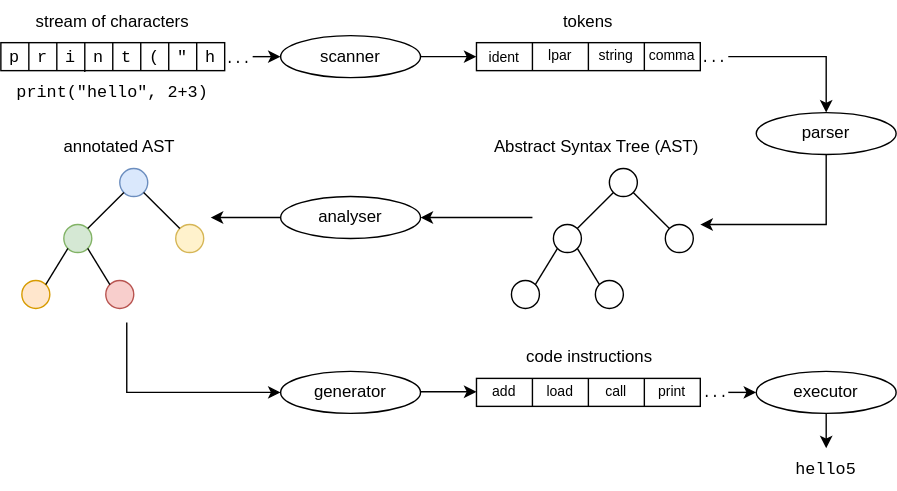
Earlier version of the draw.io export doc/yaegi-internals/yaegi_internals_fig1.drawio.svg (mvertes/yaegi). Source tidied: cells renumbered, new cells last; positions are measured from the earlier drawing's top-left corner, leaving out a move shared by most shapes.
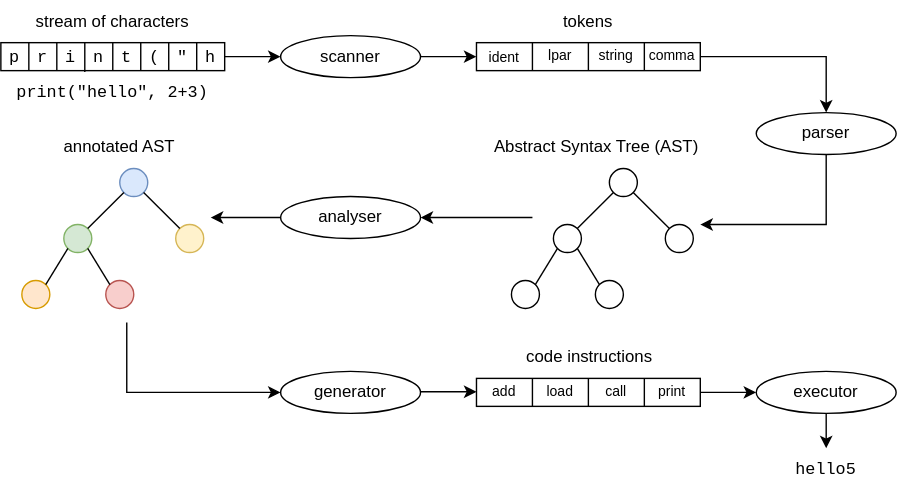
Later version of the same file.

Commit message:
use drawio editable diagram

Diff of the diagram source:
```diff
@@ -73,10 +73,8 @@
     <mxCell id="21" value="scanner" style="ellipse;whiteSpace=wrap;html=1;" parent="1" vertex="1">
       <mxGeometry x="200" y="25" width="100" height="30" as="geometry" />
     </mxCell>
-    <mxCell id="22" style="endArrow=classic;html=1;rounded=0;entryX=0;entryY=0.5;entryDx=0;entryDy=0;" parent="1" edge="1" target="21">
-      <mxGeometry relative="1" as="geometry">
-        <mxPoint x="180" y="40" as="sourcePoint" />
-      </mxGeometry>
+    <mxCell id="22" style="endArrow=classic;html=1;rounded=0;exitX=1;exitY=0.5;exitDx=0;exitDy=0;entryX=0;entryY=0.5;entryDx=0;entryDy=0;" parent="1" edge="1" source="3" target="21">
+      <mxGeometry relative="1" as="geometry" />
     </mxCell>
     <mxCell id="23" style="endArrow=classic;html=1;rounded=0;entryX=0;entryY=0.5;entryDx=0;entryDy=0;exitX=1;exitY=0.5;exitDx=0;exitDy=0;" parent="1" edge="1" source="21" target="55">
       <mxGeometry relative="1" as="geometry" />
@@ -84,9 +82,8 @@
     <mxCell id="24" value="parser" style="ellipse;whiteSpace=wrap;html=1;" parent="1" vertex="1">
       <mxGeometry x="540" y="80" width="100" height="30" as="geometry" />
     </mxCell>
-    <mxCell id="25" style="endArrow=classic;html=1;rounded=0;entryX=0.5;entryY=0;entryDx=0;entryDy=0;" parent="1" edge="1" target="24">
+    <mxCell id="25" style="endArrow=classic;html=1;rounded=0;entryX=0.5;entryY=0;entryDx=0;entryDy=0;exitX=1;exitY=0.5;exitDx=0;exitDy=0;" parent="1" edge="1" source="55" target="24">
       <mxGeometry relative="1" as="geometry">
-        <mxPoint x="520" y="40" as="sourcePoint" />
         <Array as="points">
           <mxPoint x="590" y="40" />
         </Array>
@@ -256,10 +253,8 @@
     <mxCell id="74" value="executor" style="ellipse;whiteSpace=wrap;html=1;" parent="1" vertex="1">
       <mxGeometry x="540" y="265" width="100" height="30" as="geometry" />
     </mxCell>
-    <mxCell id="75" style="endArrow=classic;html=1;rounded=0;entryX=0;entryY=0.5;entryDx=0;entryDy=0;" parent="1" edge="1" target="74">
-      <mxGeometry relative="1" as="geometry">
-        <mxPoint x="520" y="280" as="sourcePoint" />
-      </mxGeometry>
+    <mxCell id="75" style="endArrow=classic;html=1;rounded=0;exitX=1;exitY=0.5;exitDx=0;exitDy=0;entryX=0;entryY=0.5;entryDx=0;entryDy=0;" parent="1" edge="1" source="64" target="74">
+      <mxGeometry relative="1" as="geometry" />
     </mxCell>
     <mxCell id="76" value="&lt;font face=&quot;Courier New&quot;&gt;print(&quot;hello&quot;, 2+3)&lt;/font&gt;" style="text;html=1;strokeColor=none;fillColor=none;align=center;verticalAlign=middle;whiteSpace=wrap;rounded=0;" parent="1" vertex="1">
       <mxGeometry y="50" width="160" height="30" as="geometry" />
@@ -270,14 +265,5 @@
     <mxCell id="78" style="endArrow=classic;html=1;rounded=0;exitX=0.5;exitY=1;exitDx=0;exitDy=0;entryX=0.5;entryY=0;entryDx=0;entryDy=0;" parent="1" edge="1" source="74" target="77">
       <mxGeometry relative="1" as="geometry" />
     </mxCell>
-    <mxCell id="79" value="&lt;font style=&quot;font-size: 10px;&quot; face=&quot;Courier New&quot;&gt;...&lt;/font&gt;" style="text;html=1;strokeColor=none;fillColor=none;align=center;verticalAlign=middle;whiteSpace=wrap;rounded=0;" parent="1" vertex="1">
-      <mxGeometry x="160" y="31.2" width="20" height="20" as="geometry" />
-    </mxCell>
-    <mxCell id="80" value="&lt;font style=&quot;font-size: 10px;&quot; face=&quot;Courier New&quot;&gt;...&lt;/font&gt;" style="text;html=1;strokeColor=none;fillColor=none;align=center;verticalAlign=middle;whiteSpace=wrap;rounded=0;" parent="1" vertex="1">
-      <mxGeometry x="500" y="30" width="20" height="20" as="geometry" />
-    </mxCell>
-    <mxCell id="81" value="&lt;font style=&quot;font-size: 10px;&quot; face=&quot;Courier New&quot;&gt;...&lt;/font&gt;" style="text;html=1;strokeColor=none;fillColor=none;align=center;verticalAlign=middle;whiteSpace=wrap;rounded=0;" parent="1" vertex="1">
-      <mxGeometry x="501" y="270" width="20" height="20" as="geometry" />
-    </mxCell>
   </root>
 </mxGraphModel>
```
